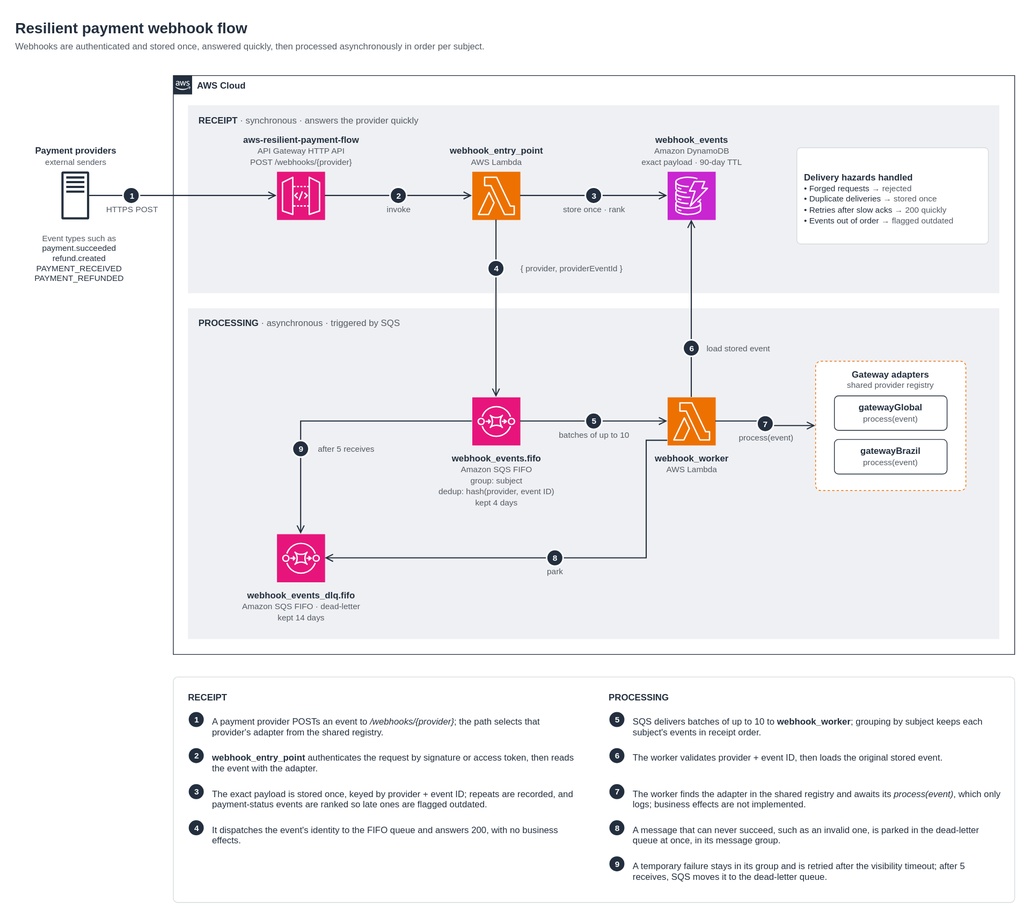
gabrielroriz/aws-resilient-payment-flow keeps this draw.io diagram as docs/architecture/images/architecture.drawio.svg. Above is the earlier version. Source tidied: cells renumbered, new cells last; positions are measured from the earlier drawing's top-left corner, leaving out a move shared by most shapes.
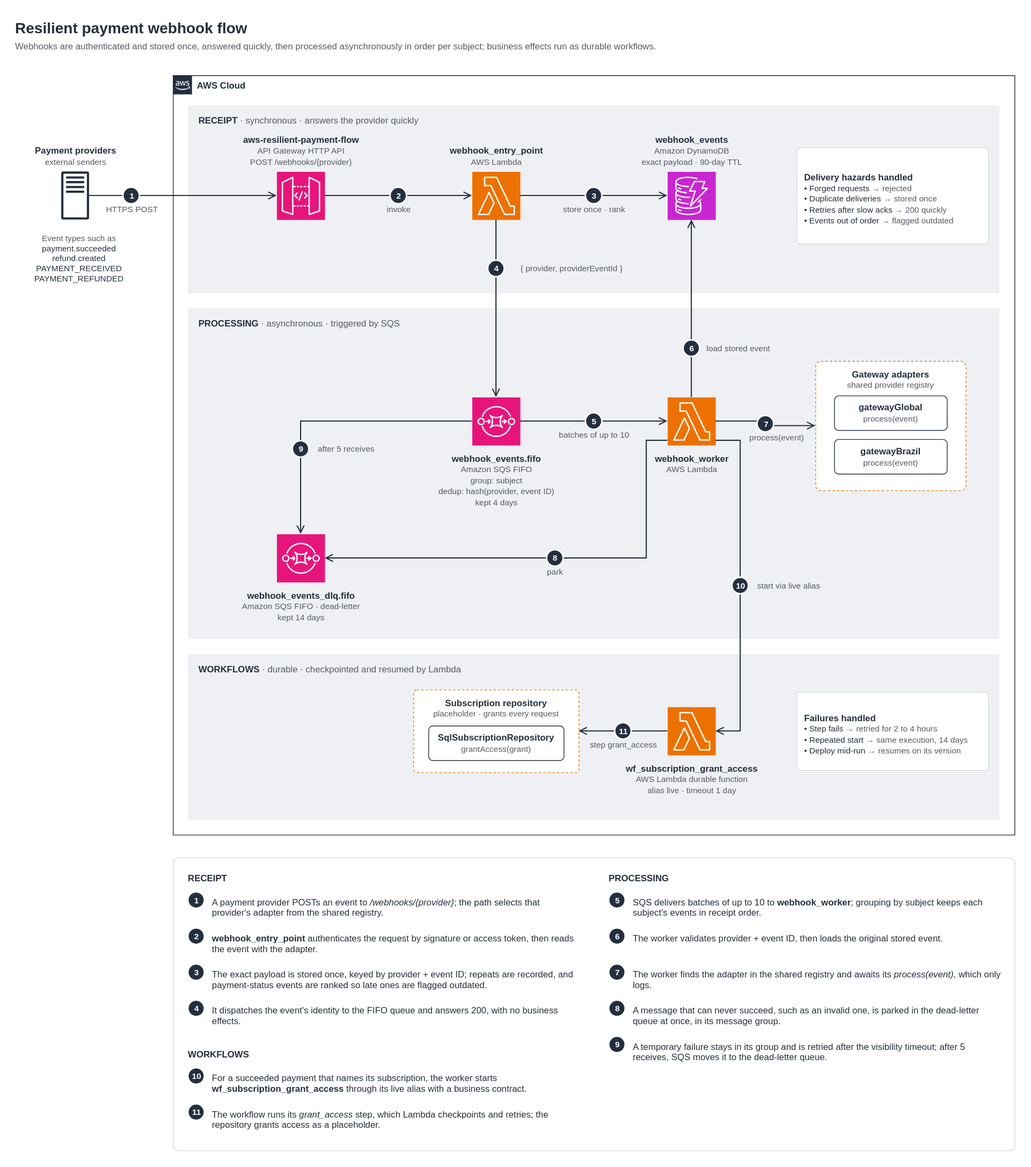
After the change.

Diff of the diagram source:
```diff
@@ -5,7 +5,7 @@
     <mxCell id="2" value="&lt;b&gt;Resilient payment webhook flow&lt;/b&gt;" style="text;html=1;whiteSpace=wrap;align=left;verticalAlign=top;fontSize=20;fontColor=#232F3E;spacing=0;" parent="1" vertex="1">
       <mxGeometry width="900" height="26" as="geometry" />
     </mxCell>
-    <mxCell id="3" value="Webhooks are authenticated and stored once, answered quickly, then processed asynchronously in order per subject." style="text;html=1;whiteSpace=wrap;align=left;verticalAlign=top;fontSize=12;fontColor=#545B64;spacing=0;" parent="1" vertex="1">
+    <mxCell id="3" value="Webhooks are authenticated and stored once, answered quickly, then processed asynchronously in order per subject; business effects run as durable workflows." style="text;html=1;whiteSpace=wrap;align=left;verticalAlign=top;fontSize=12;fontColor=#545B64;spacing=0;" parent="1" vertex="1">
       <mxGeometry y="30" width="1000" height="18" as="geometry" />
     </mxCell>
     <mxCell id="4" value="&lt;b&gt;Payment providers&lt;/b&gt;&lt;br&gt;&lt;font style=&quot;font-size:11px&quot; color=&quot;#545B64&quot;&gt;external senders&lt;/font&gt;" style="sketch=0;outlineConnect=0;fontColor=#232F3E;gradientColor=none;fillColor=#232F3D;strokeColor=none;dashed=0;verticalLabelPosition=top;verticalAlign=bottom;align=center;html=1;fontSize=12;fontStyle=0;spacing=6;shape=mxgraph.aws4.traditional_server;" parent="1" vertex="1">
@@ -15,7 +15,7 @@
       <mxGeometry y="286" width="170" height="90" as="geometry" />
     </mxCell>
     <mxCell id="6" value="AWS Cloud" style="html=1;whiteSpace=wrap;gradientColor=none;fontSize=12;fontStyle=1;shape=mxgraph.aws4.group;grIcon=mxgraph.aws4.group_aws_cloud_alt;strokeColor=#232F3E;fillColor=none;verticalAlign=top;align=left;spacingLeft=30;fontColor=#232F3E;dashed=0;" parent="1" vertex="1">
-      <mxGeometry x="210" y="80" width="1120" height="770" as="geometry" />
+      <mxGeometry x="210" y="80" width="1120" height="1010" as="geometry" />
     </mxCell>
     <mxCell id="7" value="&lt;b&gt;RECEIPT&lt;/b&gt;&lt;font color=&quot;#545B64&quot;&gt; · synchronous · answers the provider quickly&lt;/font&gt;" style="html=1;whiteSpace=wrap;fillColor=#EFF0F3;strokeColor=none;dashed=0;verticalAlign=top;align=left;spacingLeft=12;spacingTop=6;fontStyle=0;fontColor=#232F3E;fontSize=12;" parent="6" vertex="1">
       <mxGeometry x="20" y="40" width="1080" height="250" as="geometry" />
@@ -85,7 +85,7 @@
     </mxCell>
     <mxCell id="25" value="process(event)" style="edgeStyle=orthogonalEdgeStyle;rounded=0;html=1;endArrow=open;endSize=8;strokeWidth=1.5;strokeColor=#232F3E;fontColor=#545B64;fontSize=11;labelBackgroundColor=none;exitX=1;exitY=0.5;exitDx=0;exitDy=0;entryX=0;entryY=0.5;entryDx=0;entryDy=0;" parent="16" edge="1" source="19" target="20">
       <mxGeometry relative="1" as="geometry">
-        <mxPoint y="18" as="offset" />
+        <mxPoint x="14" y="18" as="offset" />
       </mxGeometry>
     </mxCell>
     <mxCell id="26" value="7" style="ellipse;html=1;fillColor=#232F3E;strokeColor=#FFFFFF;strokeWidth=2;fontColor=#FFFFFF;fontStyle=1;fontSize=11;align=center;verticalAlign=middle;spacing=0;" parent="25" vertex="1">
@@ -120,6 +120,31 @@
         <mxPoint x="-11" y="-11" as="offset" />
       </mxGeometry>
     </mxCell>
+    <mxCell id="58" value="&lt;b&gt;WORKFLOWS&lt;/b&gt;&lt;font color=&quot;#545B64&quot;&gt; · durable · checkpointed and resumed by Lambda&lt;/font&gt;" style="html=1;whiteSpace=wrap;fillColor=#EFF0F3;strokeColor=none;dashed=0;verticalAlign=top;align=left;spacingLeft=12;spacingTop=6;fontStyle=0;fontColor=#232F3E;fontSize=12;" parent="6" vertex="1">
+      <mxGeometry x="20" y="770" width="1080" height="220" as="geometry" />
+    </mxCell>
+    <mxCell id="59" value="&lt;b&gt;wf_subscription_grant_access&lt;/b&gt;&lt;br&gt;&lt;font style=&quot;font-size:11px&quot; color=&quot;#545B64&quot;&gt;AWS Lambda durable function&lt;/font&gt;&lt;br&gt;&lt;font style=&quot;font-size:11px&quot; color=&quot;#545B64&quot;&gt;alias live · timeout 1 day&lt;/font&gt;" style="sketch=0;points=[[0,0,0],[0.25,0,0],[0.5,0,0],[0.75,0,0],[1,0,0],[0,1,0],[0.25,1,0],[0.5,1,0],[0.75,1,0],[1,1,0],[0,0.25,0],[0,0.5,0],[0,0.75,0],[1,0.25,0],[1,0.5,0],[1,0.75,0]];outlineConnect=0;fontColor=#232F3E;fillColor=#ED7100;strokeColor=#ffffff;dashed=0;verticalLabelPosition=bottom;verticalAlign=top;align=center;html=1;fontSize=12;fontStyle=0;spacing=6;shape=mxgraph.aws4.resourceIcon;resIcon=mxgraph.aws4.lambda;" parent="58" vertex="1">
+      <mxGeometry x="638" y="70" width="64" height="64" as="geometry" />
+    </mxCell>
+    <mxCell id="60" value="&lt;b&gt;Subscription repository&lt;/b&gt;&lt;br&gt;&lt;font style=&quot;font-size:11px&quot; color=&quot;#545B64&quot;&gt;placeholder · grants every request&lt;/font&gt;" style="html=1;whiteSpace=wrap;fillColor=#FFFFFF;strokeColor=#ED7100;dashed=1;rounded=1;arcSize=4;verticalAlign=top;align=center;spacingTop=4;fontColor=#232F3E;fontSize=12;" parent="58" vertex="1">
+      <mxGeometry x="300" y="47" width="220" height="110" as="geometry" />
+    </mxCell>
+    <mxCell id="61" value="&lt;b&gt;SqlSubscriptionRepository&lt;/b&gt;&lt;br&gt;&lt;font style=&quot;font-size:11px&quot; color=&quot;#545B64&quot;&gt;grantAccess(grant)&lt;/font&gt;" style="rounded=1;arcSize=12;html=1;whiteSpace=wrap;fillColor=#FFFFFF;strokeColor=#232F3E;fontColor=#232F3E;fontSize=12;" parent="60" vertex="1">
+      <mxGeometry x="20" y="48" width="180" height="46" as="geometry" />
+    </mxCell>
+    <mxCell id="62" value="&lt;b&gt;Failures handled&lt;/b&gt;&lt;br&gt;&lt;font style=&quot;font-size:11px&quot;&gt;• Step fails &lt;font color=&quot;#545B64&quot;&gt;→ retried for 2 to 4 hours&lt;/font&gt;&lt;/font&gt;&lt;br&gt;&lt;font style=&quot;font-size:11px&quot;&gt;• Repeated start &lt;font color=&quot;#545B64&quot;&gt;→ same execution, 14 days&lt;/font&gt;&lt;/font&gt;&lt;br&gt;&lt;font style=&quot;font-size:11px&quot;&gt;• Deploy mid-run &lt;font color=&quot;#545B64&quot;&gt;→ resumes on its version&lt;/font&gt;&lt;/font&gt;" style="text;html=1;whiteSpace=wrap;align=left;verticalAlign=middle;fontSize=12;fontColor=#232F3E;spacing=10;spacingTop=8;fillColor=#FFFFFF;strokeColor=#D5DBDB;rounded=1;arcSize=4;" parent="58" vertex="1">
+      <mxGeometry x="810" y="50" width="255" height="104" as="geometry" />
+    </mxCell>
+    <mxCell id="63" value="step grant_access" style="edgeStyle=orthogonalEdgeStyle;rounded=0;html=1;endArrow=open;endSize=8;strokeWidth=1.5;strokeColor=#232F3E;fontColor=#545B64;fontSize=11;labelBackgroundColor=none;exitX=0;exitY=0.5;exitDx=0;exitDy=0;entryX=1;entryY=0.5;entryDx=0;entryDy=0;" parent="58" edge="1" source="59" target="60">
+      <mxGeometry relative="1" as="geometry">
+        <mxPoint y="18" as="offset" />
+      </mxGeometry>
+    </mxCell>
+    <mxCell id="64" value="11" style="ellipse;html=1;fillColor=#232F3E;strokeColor=#FFFFFF;strokeWidth=2;fontColor=#FFFFFF;fontStyle=1;fontSize=11;align=center;verticalAlign=middle;spacing=0;" parent="63" vertex="1">
+      <mxGeometry width="22" height="22" relative="1" as="geometry">
+        <mxPoint x="-11" y="-11" as="offset" />
+      </mxGeometry>
+    </mxCell>
     <mxCell id="31" value="{ provider, providerEventId }" style="edgeStyle=orthogonalEdgeStyle;rounded=0;html=1;endArrow=open;endSize=8;strokeWidth=1.5;strokeColor=#232F3E;fontColor=#545B64;fontSize=11;labelBackgroundColor=none;exitX=0.5;exitY=1;exitDx=0;exitDy=0;entryX=0.5;entryY=0;entryDx=0;entryDy=0;" parent="6" edge="1" source="9" target="18">
       <mxGeometry x="-0.45" relative="1" as="geometry">
         <mxPoint x="100" as="offset" />
@@ -141,7 +166,7 @@
       </mxGeometry>
     </mxCell>
     <mxCell id="35" style="html=1;whiteSpace=wrap;fillColor=#FFFFFF;strokeColor=#D5DBDB;rounded=1;arcSize=2;" parent="1" vertex="1">
-      <mxGeometry x="210" y="880" width="1120" height="300" as="geometry" />
+      <mxGeometry x="210" y="1120" width="1120" height="390" as="geometry" />
     </mxCell>
     <mxCell id="36" value="&lt;b&gt;RECEIPT&lt;/b&gt;" style="text;html=1;whiteSpace=wrap;align=left;verticalAlign=top;fontSize=12;fontColor=#232F3E;spacing=0;" parent="35" vertex="1">
       <mxGeometry x="20" y="16" width="520" height="18" as="geometry" />
@@ -188,7 +213,7 @@
     <mxCell id="50" value="7" style="ellipse;html=1;fillColor=#232F3E;strokeColor=#FFFFFF;strokeWidth=2;fontColor=#FFFFFF;fontStyle=1;fontSize=11;align=center;verticalAlign=middle;spacing=0;" parent="35" vertex="1">
       <mxGeometry x="580" y="142" width="22" height="22" as="geometry" />
     </mxCell>
-    <mxCell id="51" value="The worker finds the adapter in the shared registry and awaits its &lt;i&gt;process(event)&lt;/i&gt;, which only logs; business effects are not implemented." style="text;html=1;whiteSpace=wrap;align=left;verticalAlign=top;fontSize=12;fontColor=#232F3E;spacing=0;" parent="35" vertex="1">
+    <mxCell id="51" value="The worker finds the adapter in the shared registry and awaits its &lt;i&gt;process(event)&lt;/i&gt;, which only logs." style="text;html=1;whiteSpace=wrap;align=left;verticalAlign=top;fontSize=12;fontColor=#232F3E;spacing=0;" parent="35" vertex="1">
       <mxGeometry x="612" y="144" width="488" height="44" as="geometry" />
     </mxCell>
     <mxCell id="52" value="8" style="ellipse;html=1;fillColor=#232F3E;strokeColor=#FFFFFF;strokeWidth=2;fontColor=#FFFFFF;fontStyle=1;fontSize=11;align=center;verticalAlign=middle;spacing=0;" parent="35" vertex="1">
@@ -213,5 +238,34 @@
         <mxPoint x="-11" y="-11" as="offset" />
       </mxGeometry>
     </mxCell>
+    <mxCell id="65" value="start via live alias" style="edgeStyle=orthogonalEdgeStyle;rounded=0;html=1;endArrow=open;endSize=8;strokeWidth=1.5;strokeColor=#232F3E;fontColor=#545B64;fontSize=11;labelBackgroundColor=none;exitX=1;exitY=0.9;exitDx=0;exitDy=0;entryX=1;entryY=0.5;entryDx=0;entryDy=0;" parent="6" edge="1" source="19" target="59">
+      <mxGeometry relative="1" as="geometry">
+        <Array as="points">
+          <mxPoint x="755" y="486" />
+          <mxPoint x="755" y="872" />
+        </Array>
+        <mxPoint x="64" as="offset" />
+      </mxGeometry>
+    </mxCell>
+    <mxCell id="66" value="10" style="ellipse;html=1;fillColor=#232F3E;strokeColor=#FFFFFF;strokeWidth=2;fontColor=#FFFFFF;fontStyle=1;fontSize=11;align=center;verticalAlign=middle;spacing=0;" parent="65" vertex="1">
+      <mxGeometry width="22" height="22" relative="1" as="geometry">
+        <mxPoint x="-11" y="-11" as="offset" />
+      </mxGeometry>
+    </mxCell>
+    <mxCell id="67" value="&lt;b&gt;WORKFLOWS&lt;/b&gt;" style="text;html=1;whiteSpace=wrap;align=left;verticalAlign=top;fontSize=12;fontColor=#232F3E;spacing=0;" parent="35" vertex="1">
+      <mxGeometry x="20" y="250" width="520" height="18" as="geometry" />
+    </mxCell>
+    <mxCell id="68" value="10" style="ellipse;html=1;fillColor=#232F3E;strokeColor=#FFFFFF;strokeWidth=2;fontColor=#FFFFFF;fontStyle=1;fontSize=11;align=center;verticalAlign=middle;spacing=0;" parent="35" vertex="1">
+      <mxGeometry x="20" y="280" width="22" height="22" as="geometry" />
+    </mxCell>
+    <mxCell id="69" value="For a succeeded payment that names its subscription, the worker starts &lt;b&gt;wf_subscription_grant_access&lt;/b&gt; through its live alias with a business contract." style="text;html=1;whiteSpace=wrap;align=left;verticalAlign=top;fontSize=12;fontColor=#232F3E;spacing=0;" parent="35" vertex="1">
+      <mxGeometry x="52" y="282" width="488" height="44" as="geometry" />
+    </mxCell>
+    <mxCell id="70" value="11" style="ellipse;html=1;fillColor=#232F3E;strokeColor=#FFFFFF;strokeWidth=2;fontColor=#FFFFFF;fontStyle=1;fontSize=11;align=center;verticalAlign=middle;spacing=0;" parent="35" vertex="1">
+      <mxGeometry x="20" y="328" width="22" height="22" as="geometry" />
+    </mxCell>
+    <mxCell id="71" value="The workflow runs its &lt;i&gt;grant_access&lt;/i&gt; step, which Lambda checkpoints and retries; the repository grants access as a placeholder." style="text;html=1;whiteSpace=wrap;align=left;verticalAlign=top;fontSize=12;fontColor=#232F3E;spacing=0;" parent="35" vertex="1">
+      <mxGeometry x="52" y="330" width="488" height="44" as="geometry" />
+    </mxCell>
   </root>
 </mxGraphModel>
```
